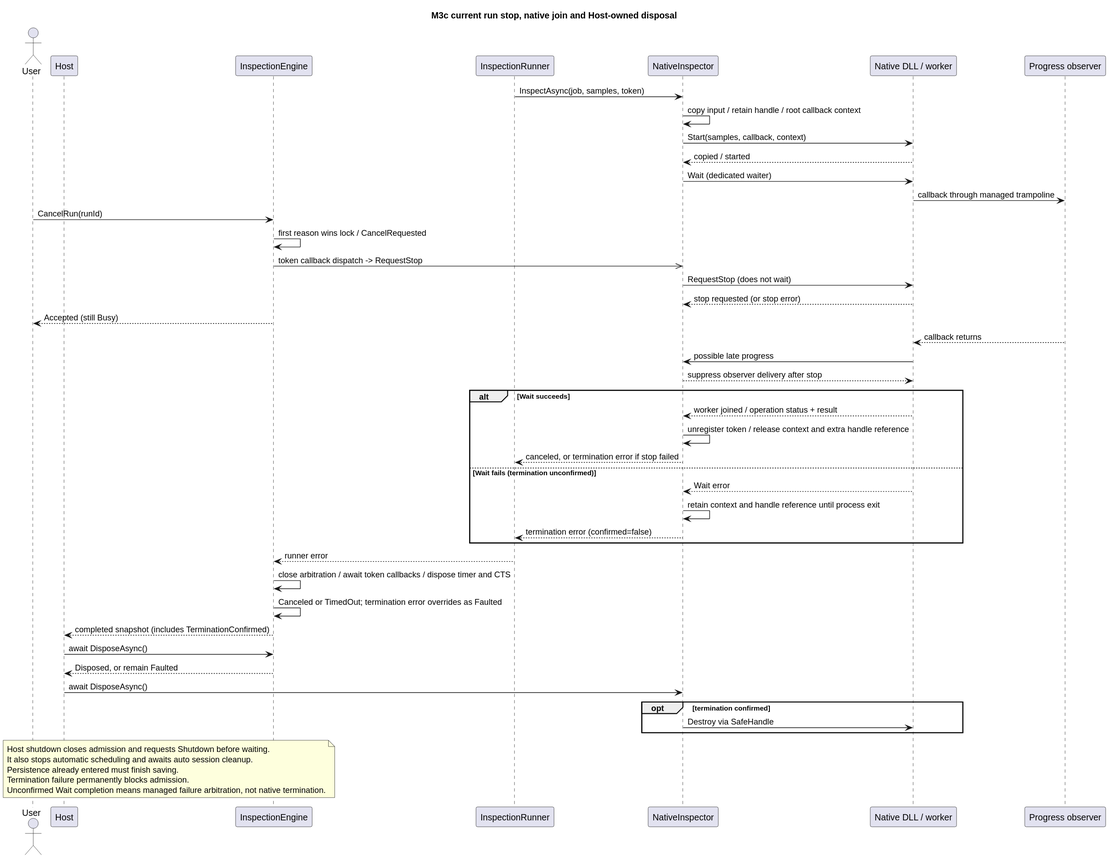
Above: docs/diagrams/generated/cancel-shutdown-sequence.svg in Myoungmin/CSharp-InspectionCore-Lab (PlantUML), before the change. Its source is kept beside it as docs/diagrams/cancel-shutdown-sequence.puml.
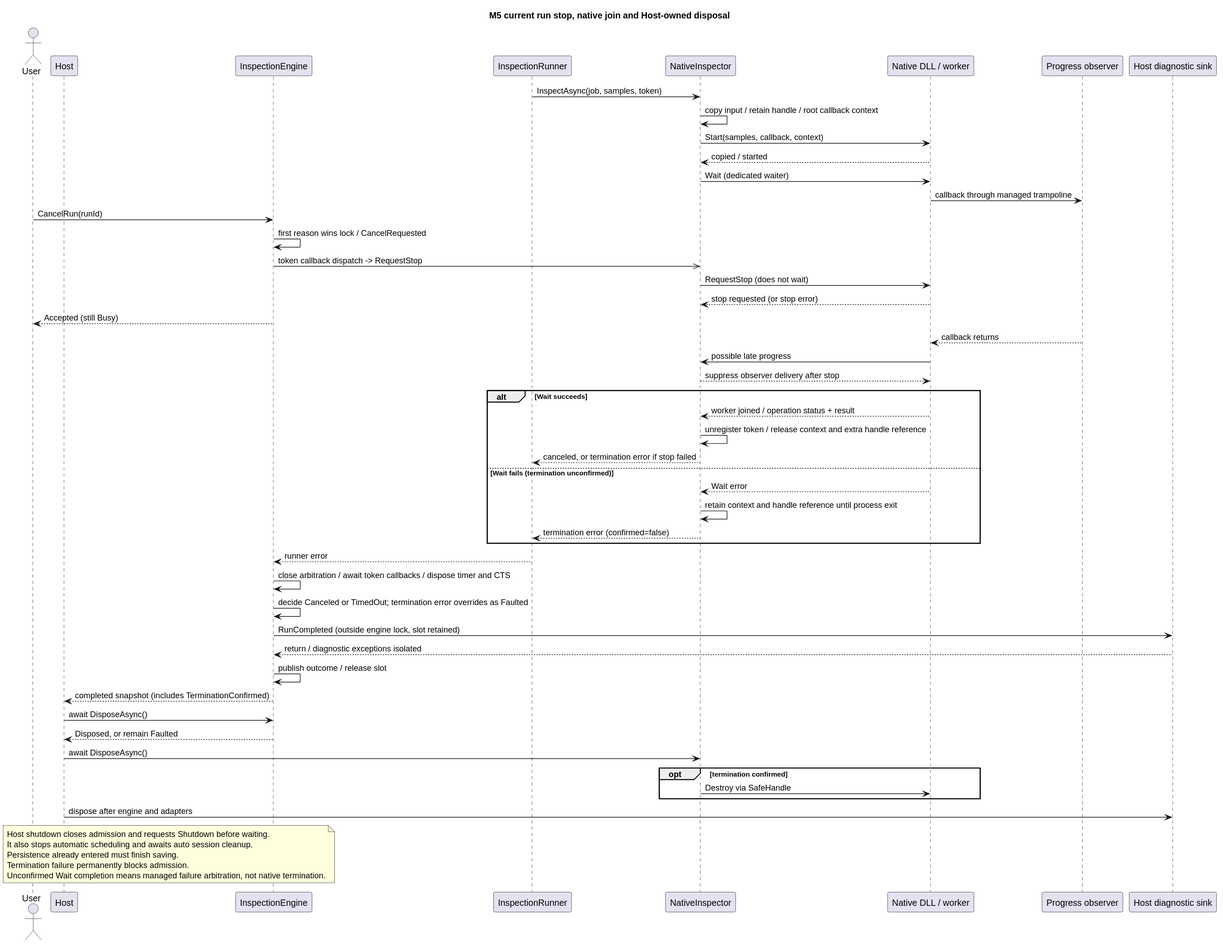
After the change.

What changed in the source:
```diff
@@ -1,5 +1,5 @@
 @startuml cancel-shutdown-sequence
-title M3c current run stop, native join and Host-owned disposal
+title M5 current run stop, native join and Host-owned disposal
 actor User
 participant Host
 participant InspectionEngine as Engine
@@ -7,6 +7,7 @@
 participant NativeInspector as Inspector
 participant "Native DLL / worker" as DLL
 participant "Progress observer" as Observer
+participant "Host diagnostic sink" as Log
 Runner -> Inspector : InspectAsync(job, samples, token)
 Inspector -> Inspector : copy input / retain handle / root callback context
 Inspector -> DLL : Start(samples, callback, context)
@@ -33,7 +34,10 @@
 end
 Runner --> Engine : runner error
 Engine -> Engine : close arbitration / await token callbacks / dispose timer and CTS
-Engine -> Engine : Canceled or TimedOut; termination error overrides as Faulted
+Engine -> Engine : decide Canceled or TimedOut; termination error overrides as Faulted
+Engine -> Log : RunCompleted (outside engine lock, slot retained)
+Log --> Engine : return / diagnostic exceptions isolated
+Engine -> Engine : publish outcome / release slot
 Engine --> Host : completed snapshot (includes TerminationConfirmed)
 Host -> Engine : await DisposeAsync()
 Engine --> Host : Disposed, or remain Faulted
@@ -41,6 +45,7 @@
 opt termination confirmed
 Inspector -> DLL : Destroy via SafeHandle
 end
+Host -> Log : dispose after engine and adapters
 note over Host, Engine
 Host shutdown closes admission and requests Shutdown before waiting.
 It also stops automatic scheduling and awaits auto session cleanup.
```
